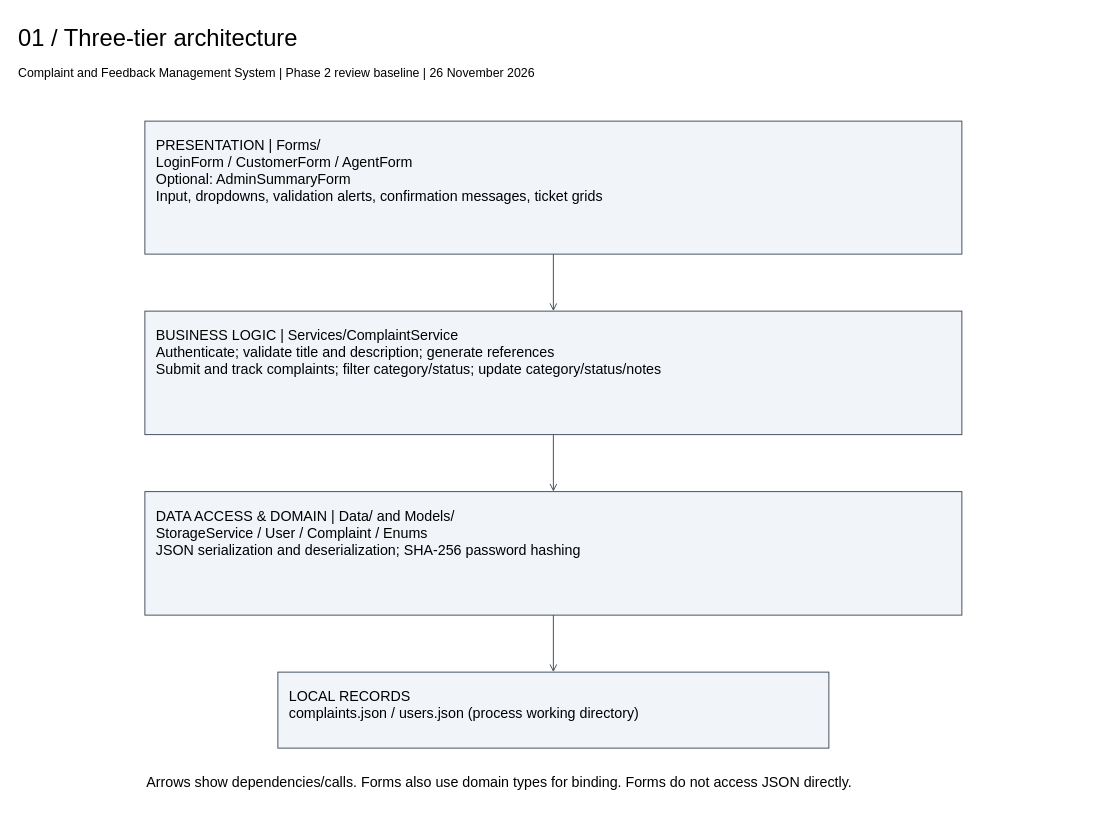
Before: page "01 / Three-tier architecture" (1 of 9) of docs/phase-2/design.drawio in divine3054/SEN_PROJECT_GROUP_14, a draw.io diagram. Source tidied: cells renumbered, new cells numbered last; positions are measured from the earlier drawing's top-left corner, leaving out a move shared by most shapes. Both pictures are drawn from the tidied source at 95%, with x=0, y=0 at pixel (16, 16).
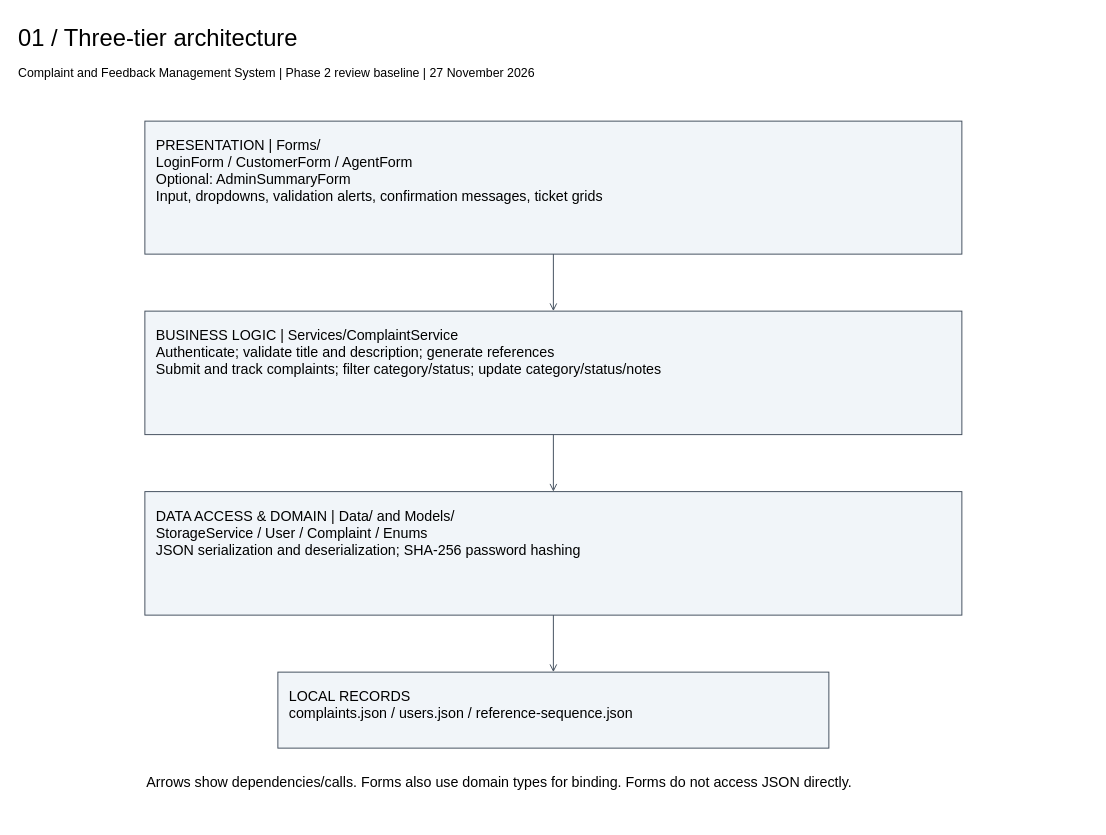
The same page after the edit.

What changed in the source:
```diff
@@
 <mxGraphModel>
   <root>
     <mxCell id="0" />
     <mxCell id="1" parent="0" />
     <mxCell id="2" value="01 / Three-tier architecture" style="text;html=0;align=left;verticalAlign=top;whiteSpace=wrap;fontFamily=Arial;fontSize=25;" parent="1" vertex="1">
       <mxGeometry width="1130" height="40" as="geometry" />
     </mxCell>
-    <mxCell id="3" value="Complaint and Feedback Management System | Phase 2 review baseline | 26 November 2026" style="text;html=0;align=left;verticalAlign=top;whiteSpace=wrap;fontFamily=Arial;fontSize=13;" parent="1" vertex="1">
+    <mxCell id="3" value="Complaint and Feedback Management System | Phase 2 review baseline | 27 November 2026" style="text;html=0;align=left;verticalAlign=top;whiteSpace=wrap;fontFamily=Arial;fontSize=13;" parent="1" vertex="1">
       <mxGeometry y="45" width="1130" height="30" as="geometry" />
     </mxCell>
     <mxCell id="4" value="PRESENTATION | Forms/&#10;LoginForm / CustomerForm / AgentForm&#10;Optional: AdminSummaryForm&#10;Input, dropdowns, validation alerts, confirmation messages, ticket grids" style="html=0;whiteSpace=wrap;align=left;verticalAlign=top;spacing=12;fillColor=#F1F5F9;strokeColor=#3F4B5A;fontFamily=Arial;fontSize=15;" parent="1" vertex="1">
       <mxGeometry x="135" y="110" width="860" height="140" as="geometry" />
     </mxCell>
     <mxCell id="5" style="endArrow=open;dashed=0;html=0;strokeColor=#3F4B5A;" parent="1" edge="1">
       <mxGeometry relative="1" as="geometry">
         <mxPoint x="565" y="250" as="sourcePoint" />
         <mxPoint x="565" y="310" as="targetPoint" />
       </mxGeometry>
     </mxCell>
     <mxCell id="6" value="BUSINESS LOGIC | Services/ComplaintService&#10;Authenticate; validate title and description; generate references&#10;Submit and track complaints; filter category/status; update category/status/notes" style="html=0;whiteSpace=wrap;align=left;verticalAlign=top;spacing=12;fillColor=#F1F5F9;strokeColor=#3F4B5A;fontFamily=Arial;fontSize=15;" parent="1" vertex="1">
       <mxGeometry x="135" y="310" width="860" height="130" as="geometry" />
     </mxCell>
     <mxCell id="7" style="endArrow=open;dashed=0;html=0;strokeColor=#3F4B5A;" parent="1" edge="1">
       <mxGeometry relative="1" as="geometry">
         <mxPoint x="565" y="440" as="sourcePoint" />
         <mxPoint x="565" y="500" as="targetPoint" />
       </mxGeometry>
     </mxCell>
     <mxCell id="8" value="DATA ACCESS &amp; DOMAIN | Data/ and Models/&#10;StorageService / User / Complaint / Enums&#10;JSON serialization and deserialization; SHA-256 password hashing" style="html=0;whiteSpace=wrap;align=left;verticalAlign=top;spacing=12;fillColor=#F1F5F9;strokeColor=#3F4B5A;fontFamily=Arial;fontSize=15;" parent="1" vertex="1">
       <mxGeometry x="135" y="500" width="860" height="130" as="geometry" />
     </mxCell>
     <mxCell id="9" style="endArrow=open;dashed=0;html=0;strokeColor=#3F4B5A;" parent="1" edge="1">
       <mxGeometry relative="1" as="geometry">
         <mxPoint x="565" y="630" as="sourcePoint" />
         <mxPoint x="565" y="690" as="targetPoint" />
       </mxGeometry>
     </mxCell>
-    <mxCell id="10" value="LOCAL RECORDS&#10;complaints.json / users.json (process working directory)" style="html=0;whiteSpace=wrap;align=left;verticalAlign=top;spacing=12;fillColor=#F1F5F9;strokeColor=#3F4B5A;fontFamily=Arial;fontSize=15;" parent="1" vertex="1">
+    <mxCell id="10" value="LOCAL RECORDS&#10;complaints.json / users.json / reference-sequence.json" style="html=0;whiteSpace=wrap;align=left;verticalAlign=top;spacing=12;fillColor=#F1F5F9;strokeColor=#3F4B5A;fontFamily=Arial;fontSize=15;" parent="1" vertex="1">
       <mxGeometry x="275" y="690" width="580" height="80" as="geometry" />
     </mxCell>
     <mxCell id="11" value="Arrows show dependencies/calls. Forms also use domain types for binding. Forms do not access JSON directly." style="text;html=0;align=left;verticalAlign=top;whiteSpace=wrap;fontFamily=Arial;fontSize=15;" parent="1" vertex="1">
       <mxGeometry x="135" y="790" width="860" height="55" as="geometry" />
     </mxCell>
   </root>
 </mxGraphModel>
```
